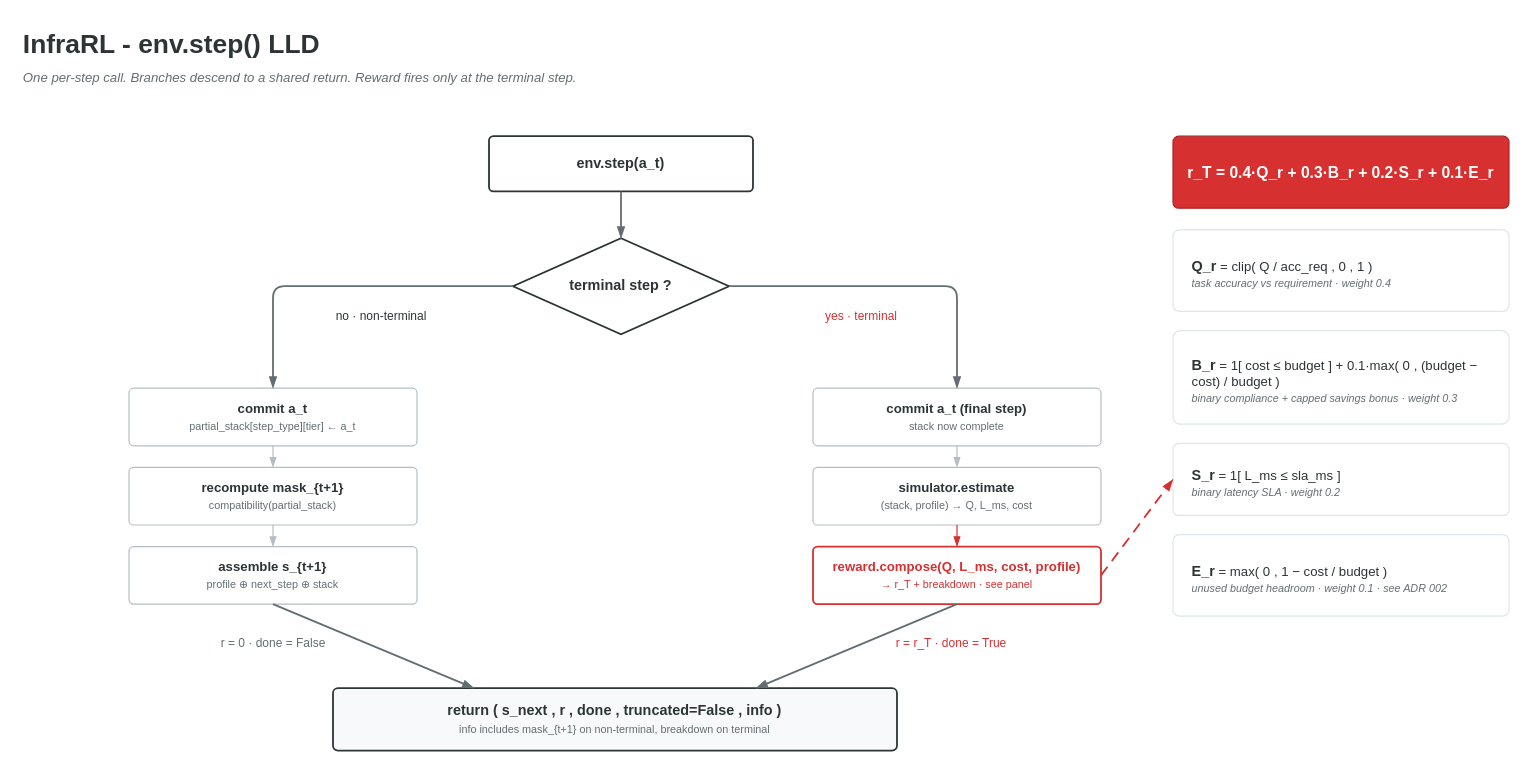
Above: docs/rl_loop_lld.drawio in JayDS22/InfraRL (draw.io), before the change. Source tidied: cells renumbered, new cells numbered last; positions are measured from the earlier drawing's top-left corner, leaving out a move shared by most shapes. Both pictures are drawn from the tidied source at 120%, with x=0, y=0 at pixel (20, 20).
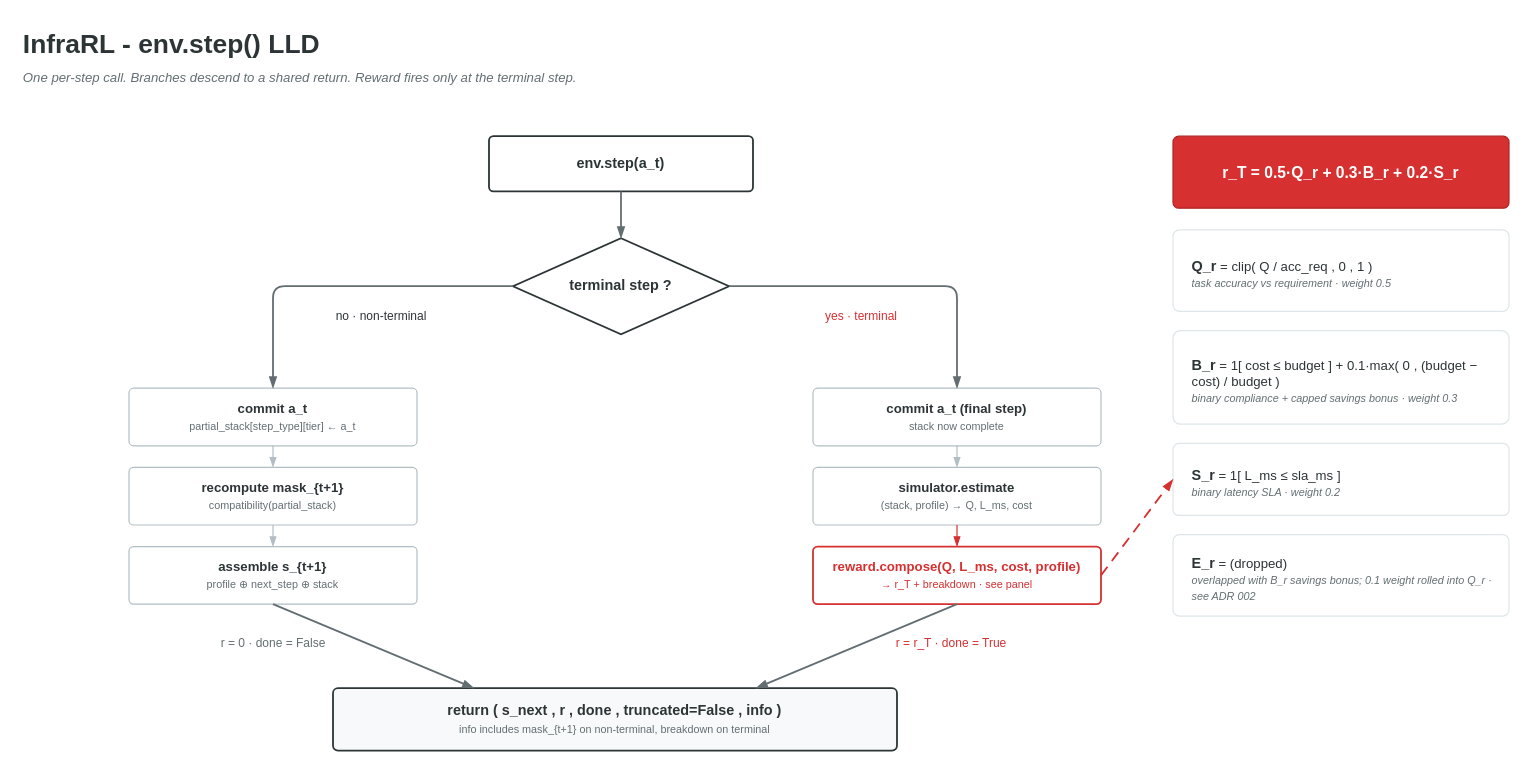
Above is the later version.

What changed in the source:
```diff
@@
-    <mxCell id="13" value="r_T  =  0.4·Q_r  +  0.3·B_r  +  0.2·S_r  +  0.1·E_r" style="rounded=1;whiteSpace=wrap;html=1;fillColor=#d63031;strokeColor=#b02424;fontSize=13;fontStyle=1;fontColor=#ffffff;arcSize=8;" parent="1" vertex="1">
+    <mxCell id="13" value="r_T  =  0.5·Q_r  +  0.3·B_r  +  0.2·S_r" style="rounded=1;whiteSpace=wrap;html=1;fillColor=#d63031;strokeColor=#b02424;fontSize=13;fontStyle=1;fontColor=#ffffff;arcSize=8;" parent="1" vertex="1">
       <mxGeometry x="960" y="96" width="280" height="60" as="geometry" />
     </mxCell>
-    <mxCell id="14" value="&lt;b style=&quot;font-size:12px&quot;&gt;Q_r&lt;/b&gt;  =  clip( Q / acc_req , 0 , 1 )&lt;br&gt;&lt;span style=&quot;font-size:9px;font-style:italic;color:#636e72&quot;&gt;task accuracy vs requirement  ·  weight 0.4&lt;/span&gt;" style="rounded=1;whiteSpace=wrap;html=1;fillColor=#ffffff;strokeColor=#dfe6e9;fontSize=11;fontColor=#2d3436;align=left;spacingLeft=14;spacingTop=6;arcSize=8;" parent="1" vertex="1">
+    <mxCell id="14" value="&lt;b style=&quot;font-size:12px&quot;&gt;Q_r&lt;/b&gt;  =  clip( Q / acc_req , 0 , 1 )&lt;br&gt;&lt;span style=&quot;font-size:9px;font-style:italic;color:#636e72&quot;&gt;task accuracy vs requirement  ·  weight 0.5&lt;/span&gt;" style="rounded=1;whiteSpace=wrap;html=1;fillColor=#ffffff;strokeColor=#dfe6e9;fontSize=11;fontColor=#2d3436;align=left;spacingLeft=14;spacingTop=6;arcSize=8;" parent="1" vertex="1">
       <mxGeometry x="960" y="174" width="280" height="68" as="geometry" />
     </mxCell>
@@
-    <mxCell id="17" value="&lt;b style=&quot;font-size:12px&quot;&gt;E_r&lt;/b&gt;  =  max( 0 , 1 − cost / budget )&lt;br&gt;&lt;span style=&quot;font-size:9px;font-style:italic;color:#636e72&quot;&gt;unused budget headroom  ·  weight 0.1  ·  see ADR 002&lt;/span&gt;" style="rounded=1;whiteSpace=wrap;html=1;fillColor=#ffffff;strokeColor=#dfe6e9;fontSize=11;fontColor=#2d3436;align=left;spacingLeft=14;spacingTop=6;arcSize=8;" parent="1" vertex="1">
+    <mxCell id="17" value="&lt;b style=&quot;font-size:12px&quot;&gt;E_r&lt;/b&gt;  =  (dropped)&lt;br&gt;&lt;span style=&quot;font-size:9px;font-style:italic;color:#636e72&quot;&gt;overlapped with B_r savings bonus; 0.1 weight rolled into Q_r  ·  see ADR 002&lt;/span&gt;" style="rounded=1;whiteSpace=wrap;html=1;fillColor=#ffffff;strokeColor=#dfe6e9;fontSize=11;fontColor=#2d3436;align=left;spacingLeft=14;spacingTop=6;arcSize=8;" parent="1" vertex="1">
       <mxGeometry x="960" y="428" width="280" height="68" as="geometry" />
     </mxCell>
```
